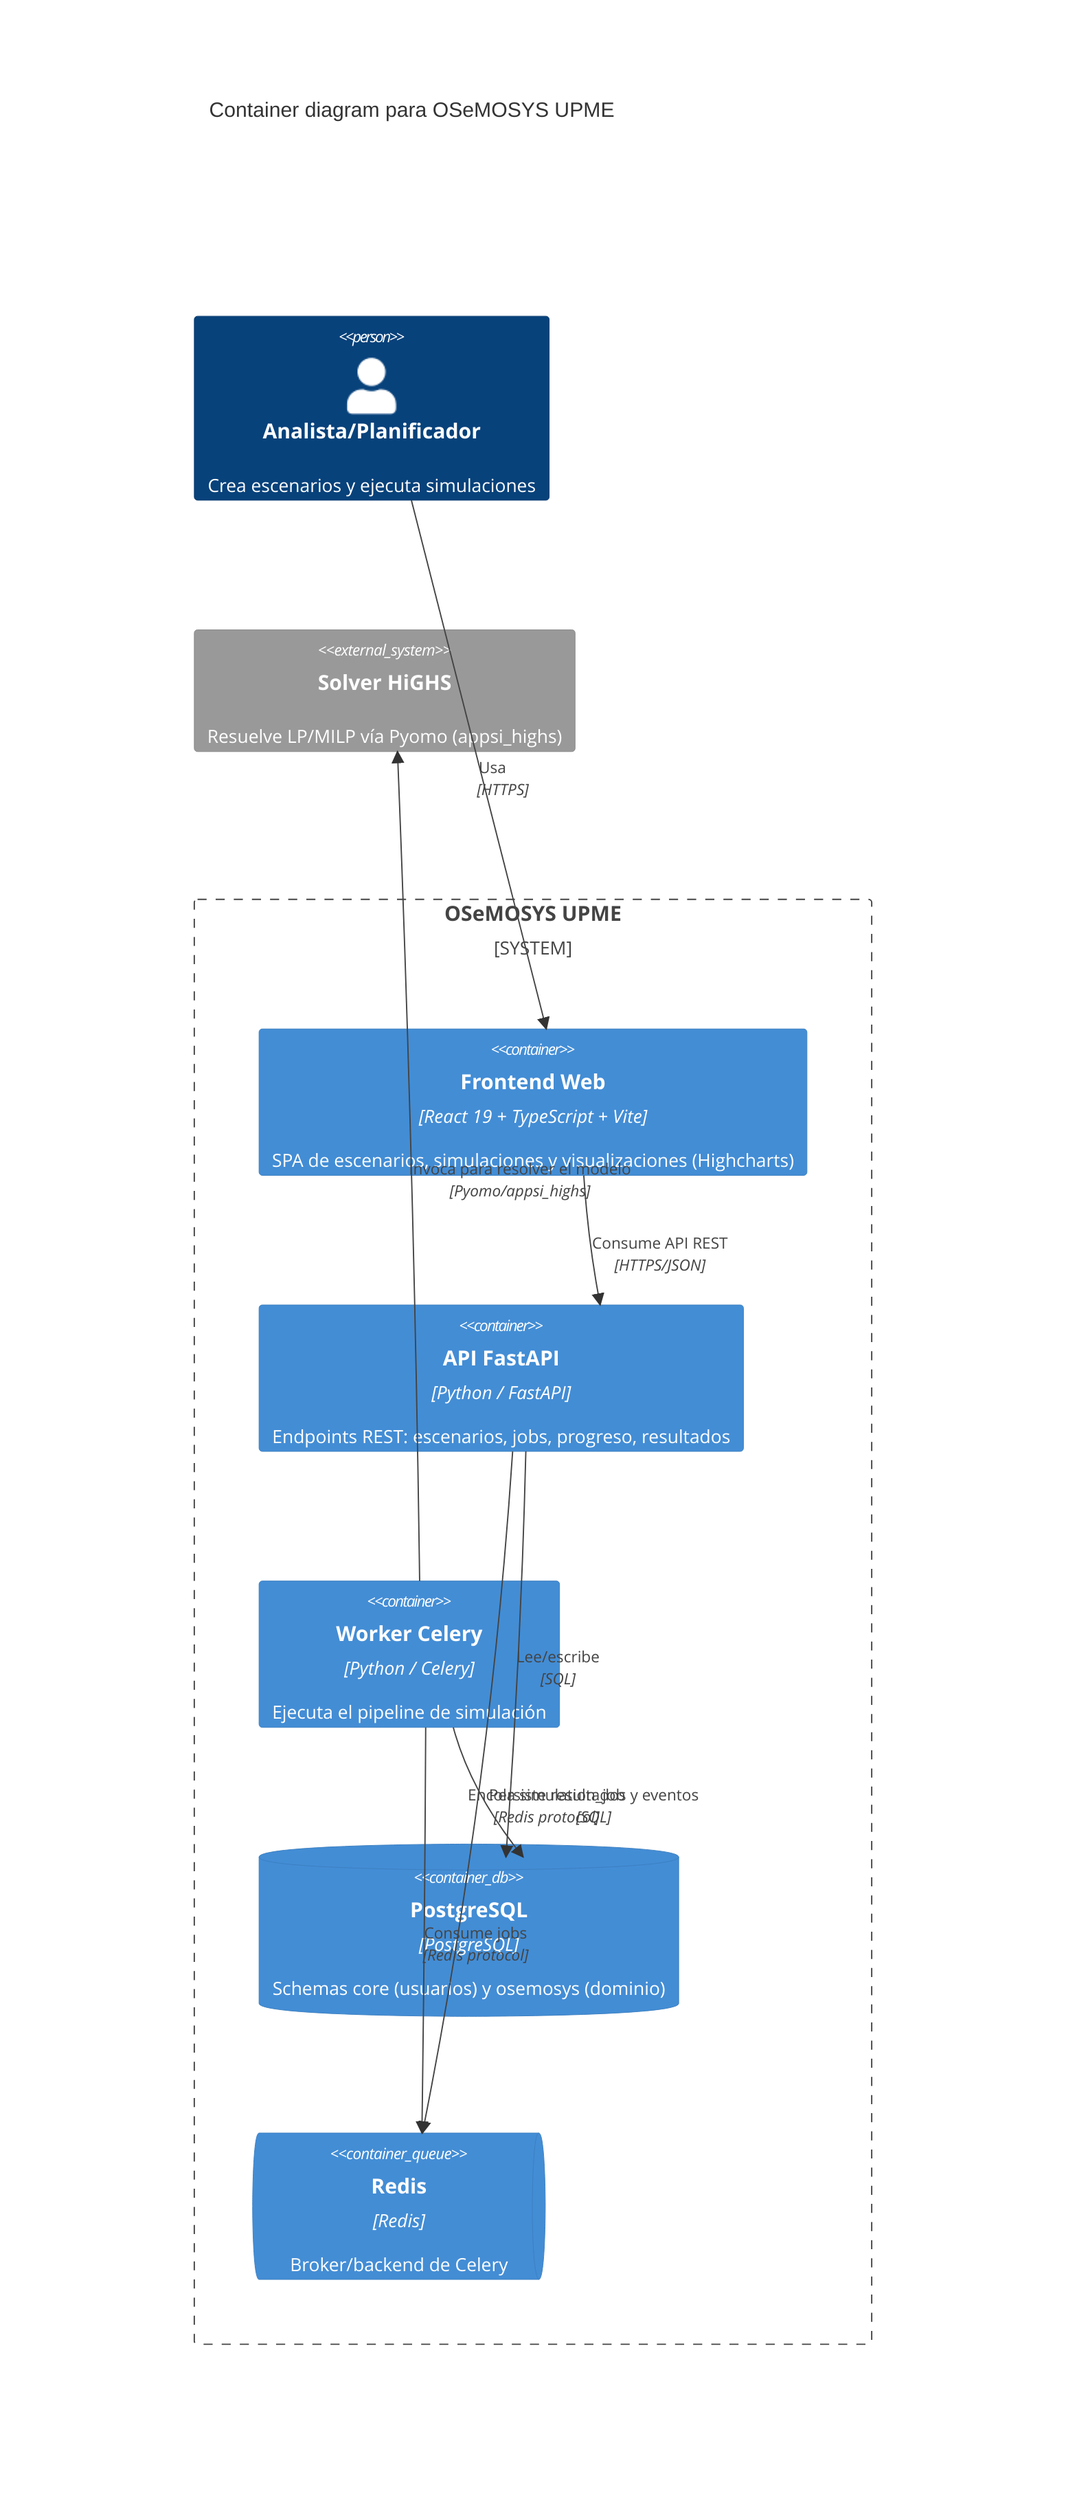
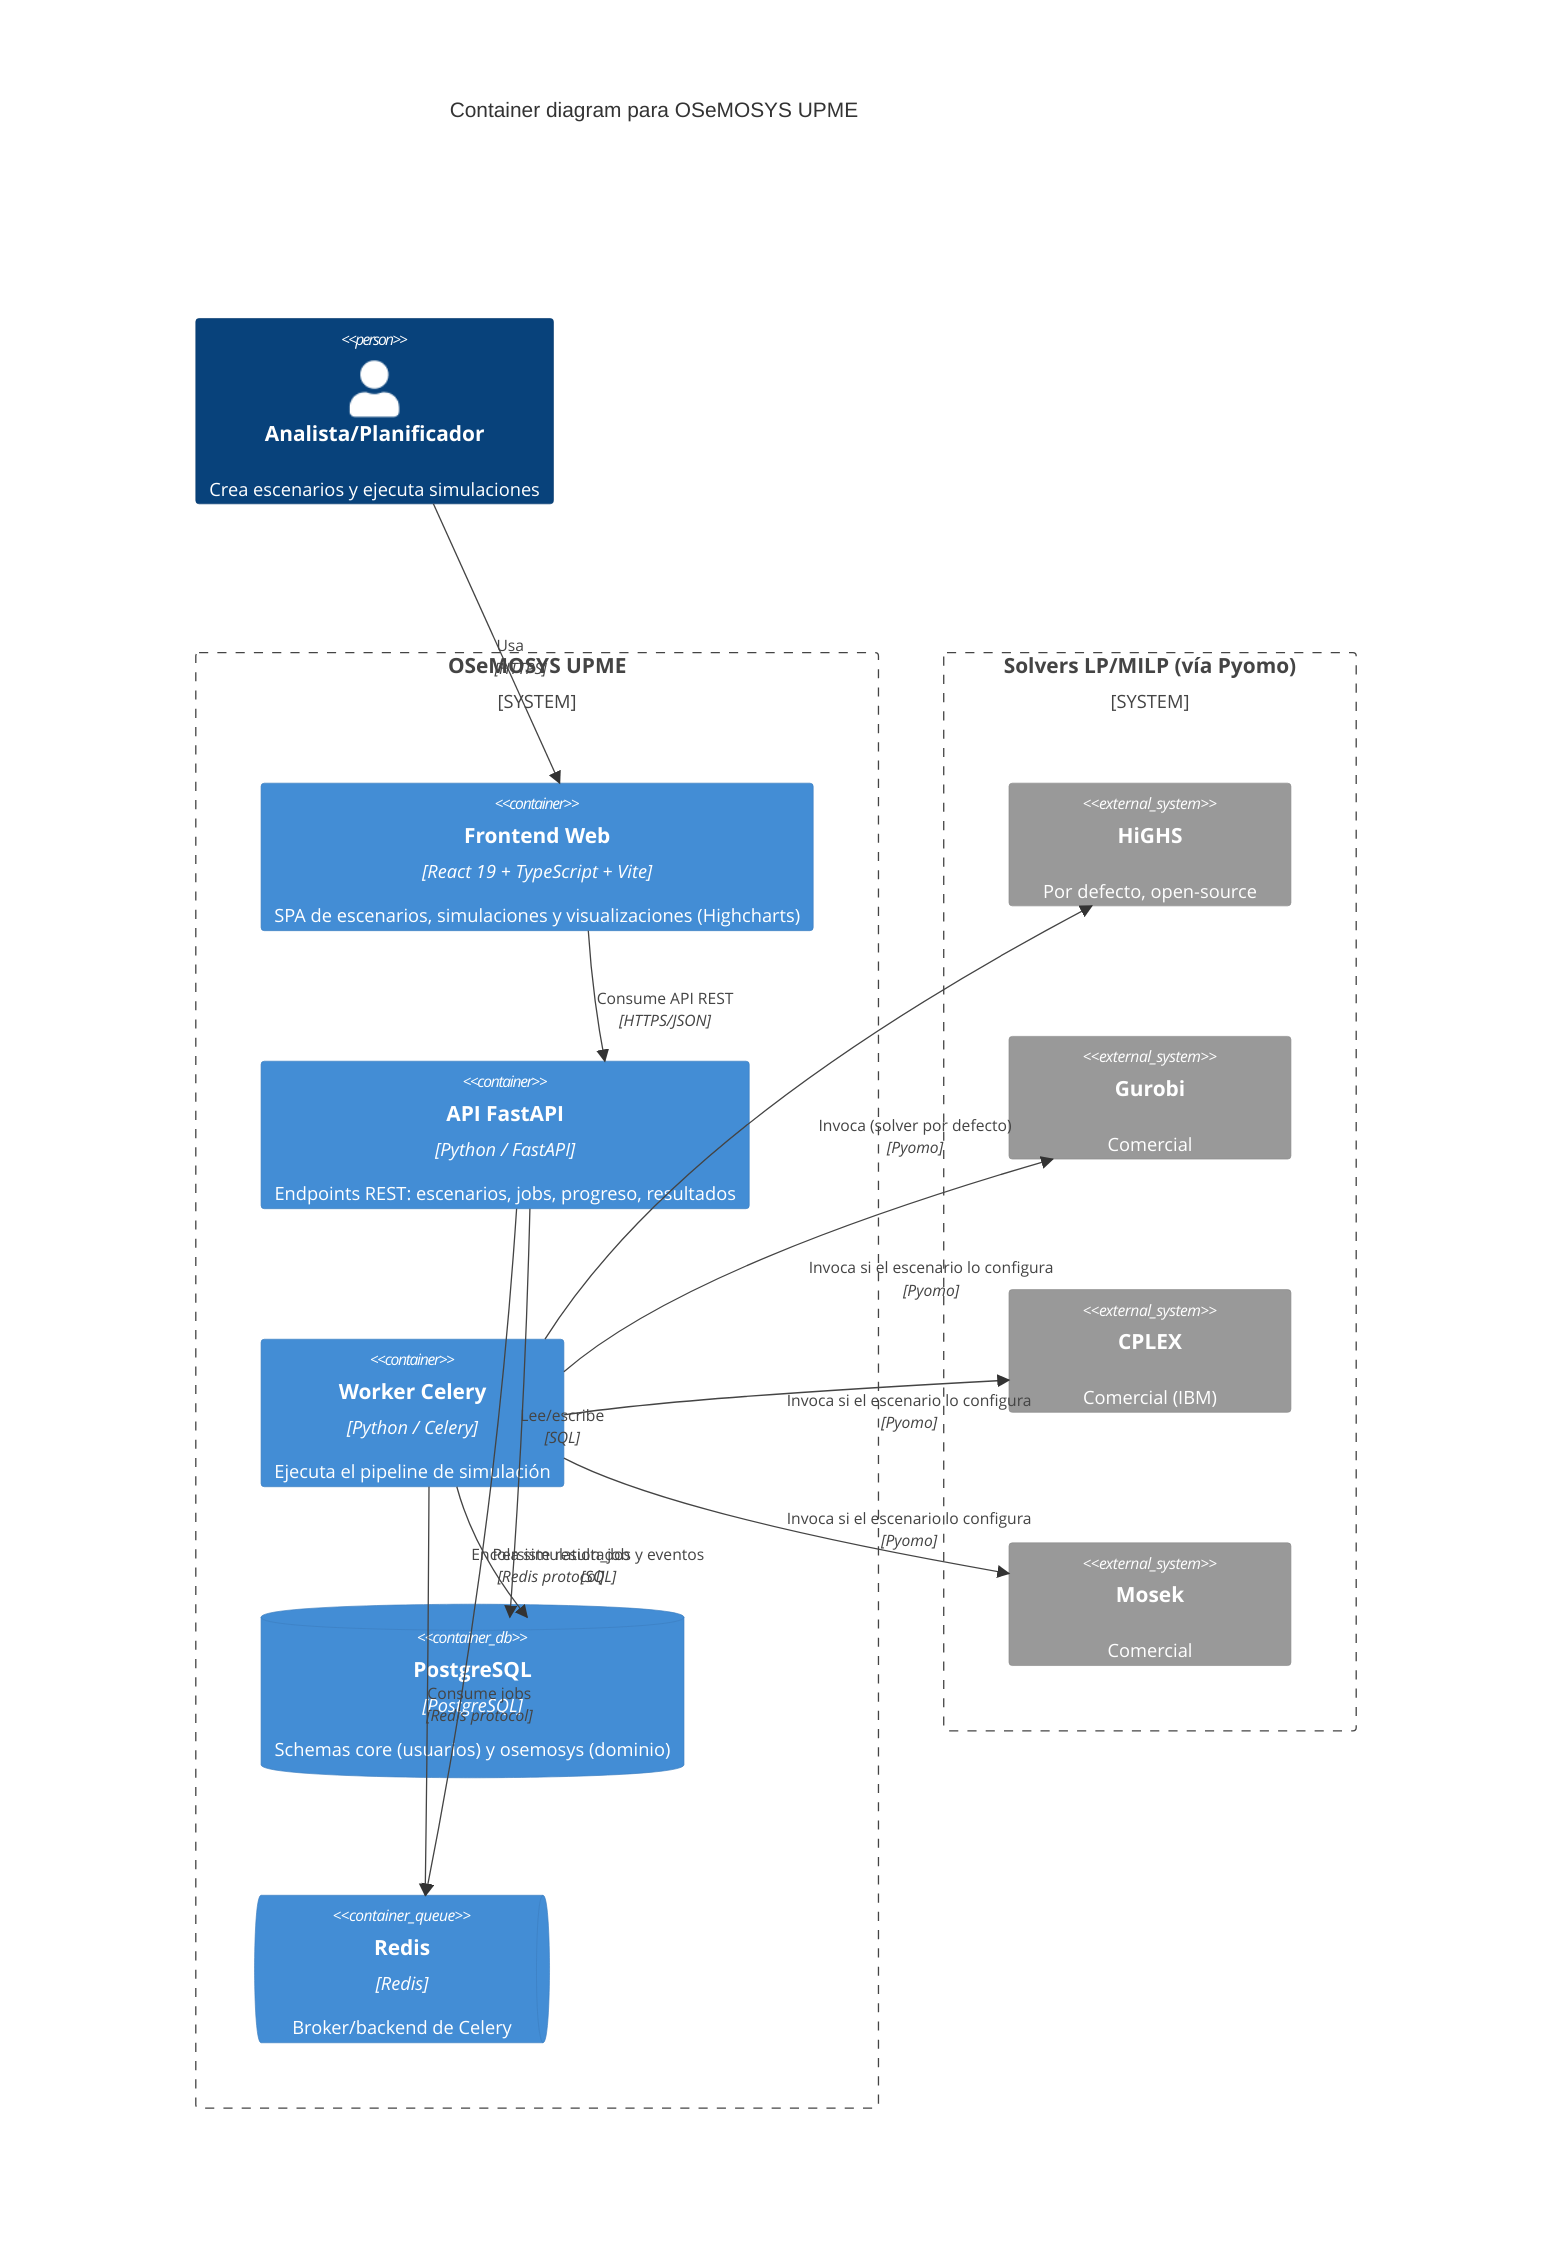
C4Container
    title Container diagram para OSeMOSYS UPME

    Person(analyst, "Analista/Planificador", "Crea escenarios y ejecuta simulaciones")

    System_Boundary(app, "OSeMOSYS UPME") {
        Container(frontend, "Frontend Web", "React 19 + TypeScript + Vite", "SPA de escenarios, simulaciones y visualizaciones (Highcharts)")
        Container(api, "API FastAPI", "Python / FastAPI", "Endpoints REST: escenarios, jobs, progreso, resultados")
        Container(worker, "Worker Celery", "Python / Celery", "Ejecuta el pipeline de simulación")
        ContainerDb(db, "PostgreSQL", "PostgreSQL", "Schemas core (usuarios) y osemosys (dominio)")
        ContainerQueue(queue, "Redis", "Redis", "Broker/backend de Celery")
    }

-     System_Ext(solver, "Solver HiGHS", "Resuelve LP/MILP vía Pyomo (appsi_highs)")
+     System_Boundary(solvers, "Solvers LP/MILP (vía Pyomo)") {
+         System_Ext(highs, "HiGHS", "Por defecto, open-source")
+         System_Ext(gurobi, "Gurobi", "Comercial")
+         System_Ext(cplex, "CPLEX", "Comercial (IBM)")
+         System_Ext(mosek, "Mosek", "Comercial")
+     }

    Rel(analyst, frontend, "Usa", "HTTPS")
    Rel(frontend, api, "Consume API REST", "HTTPS/JSON")
    Rel(api, db, "Lee/escribe", "SQL")
    Rel(api, queue, "Encola simulation_job", "Redis protocol")
    Rel(worker, queue, "Consume jobs", "Redis protocol")
    Rel(worker, db, "Persiste resultados y eventos", "SQL")
-     Rel(worker, solver, "Invoca para resolver el modelo", "Pyomo/appsi_highs")
+     Rel(worker, highs, "Invoca (solver por defecto)", "Pyomo")
+     Rel(worker, gurobi, "Invoca si el escenario lo configura", "Pyomo")
+     Rel(worker, cplex, "Invoca si el escenario lo configura", "Pyomo")
+     Rel(worker, mosek, "Invoca si el escenario lo configura", "Pyomo")
